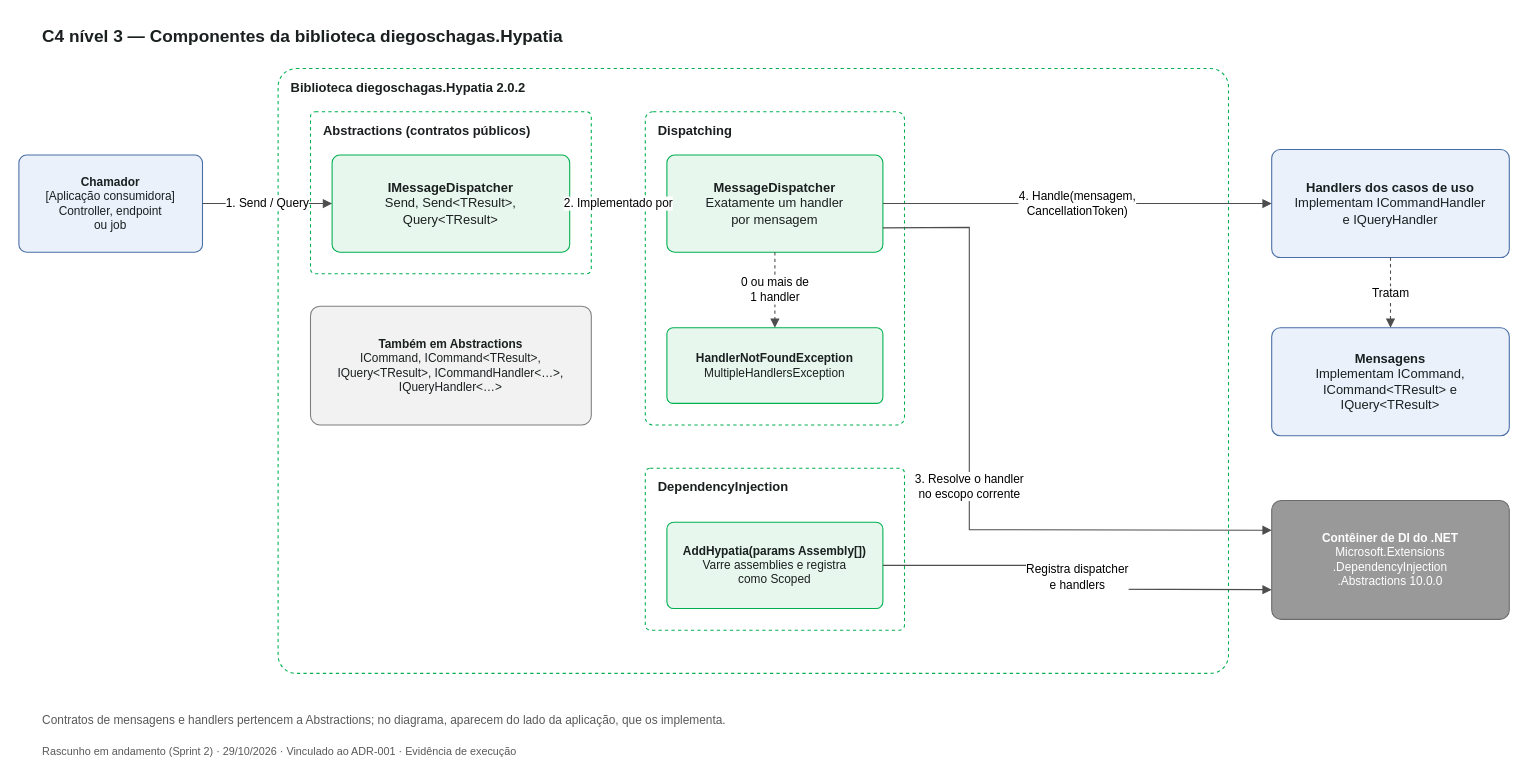
This is page "4 · C4 nível 3 · Componentes" (4 of 6) of docs/diagramas/hypatia-mapa-do-projeto.drawio from diegoschagas/DSC.Tech.Hypatia, a draw.io file, before an edit. Source tidied: cells renumbered, new cells numbered last; positions are measured from the earlier drawing's top-left corner, leaving out a move shared by most shapes. Both pictures are drawn from the tidied source at 108%, with x=0, y=0 at pixel (18, 18).
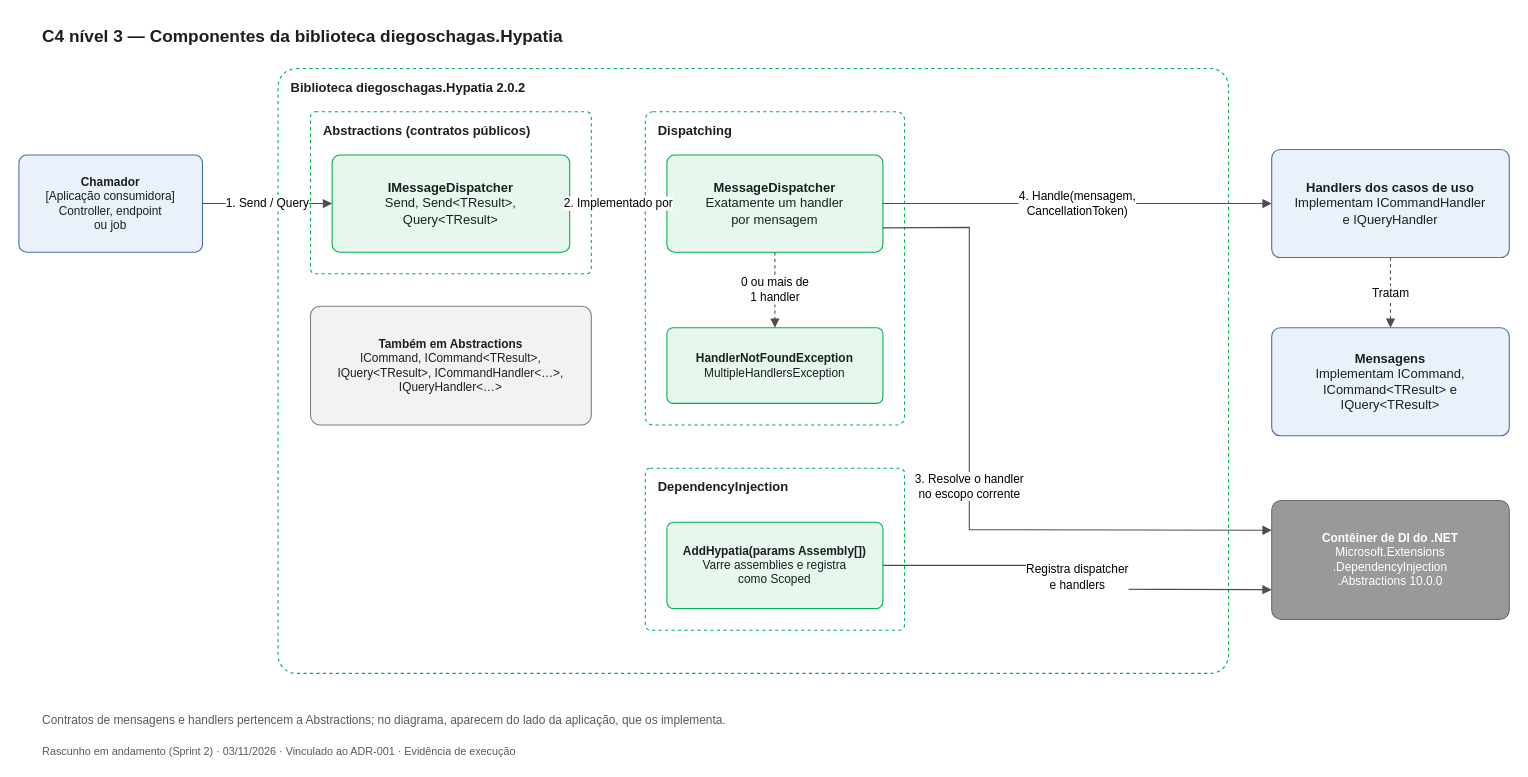
The same diagram, later.

Change to the diagram source:
```diff
@@
-    <mxCell id="24" value="Rascunho em andamento (Sprint 2) · 29/10/2026 · Vinculado ao ADR-001 · Evidência de execução" style="text;html=1;whiteSpace=wrap;strokeColor=none;fillColor=none;align=left;verticalAlign=top;fontSize=10;fontColor=#595959;" parent="1" vertex="1">
+    <mxCell id="24" value="Rascunho em andamento (Sprint 2) · 03/11/2026 · Vinculado ao ADR-001 · Evidência de execução" style="text;html=1;whiteSpace=wrap;strokeColor=none;fillColor=none;align=left;verticalAlign=top;fontSize=10;fontColor=#595959;" parent="1" vertex="1">
       <mxGeometry x="20" y="666" width="1300" height="16" as="geometry" />
     </mxCell>
```
